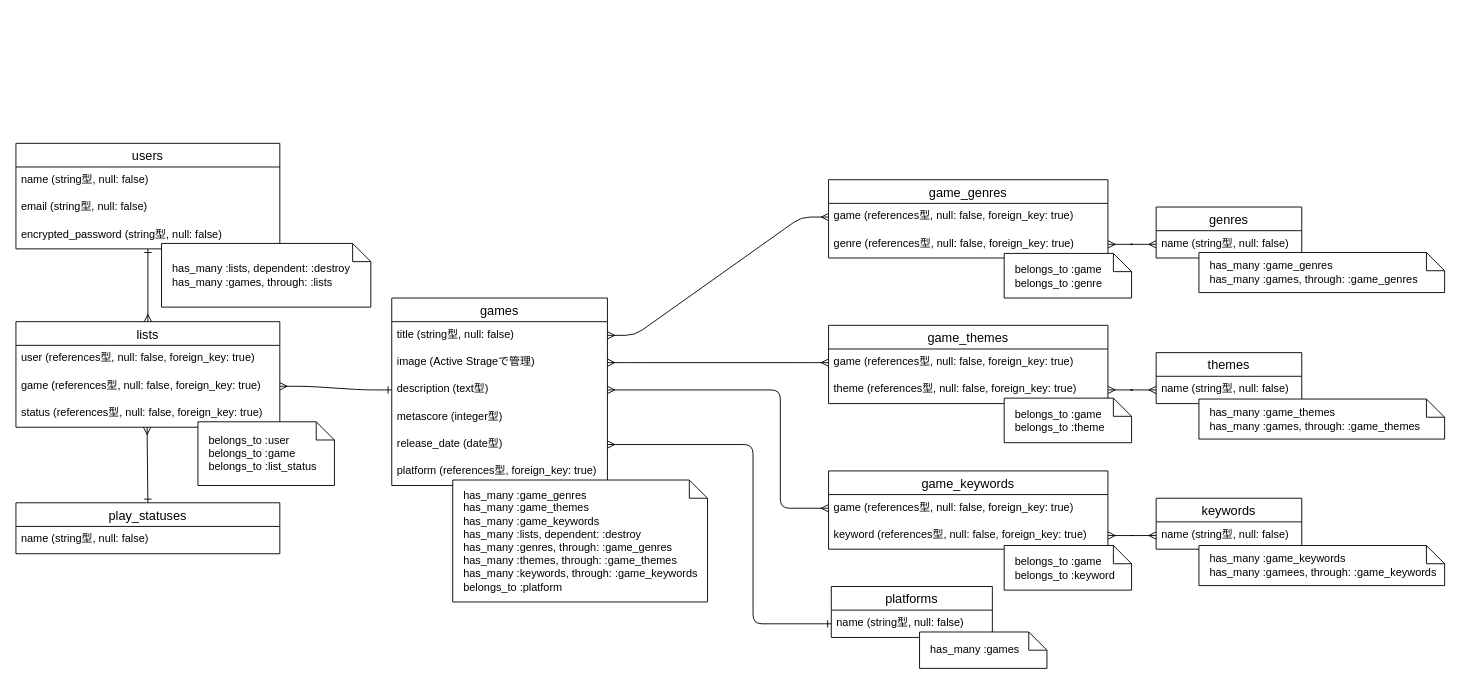
Above: erd.dio in nobmurakami/my-game-db (draw.io), before the change. Source tidied: cells renumbered, new cells numbered last; positions are measured from the earlier drawing's top-left corner, leaving out a move shared by most shapes. Both pictures are drawn from the tidied source at 91%, with x=0, y=0 at pixel (15, 143).
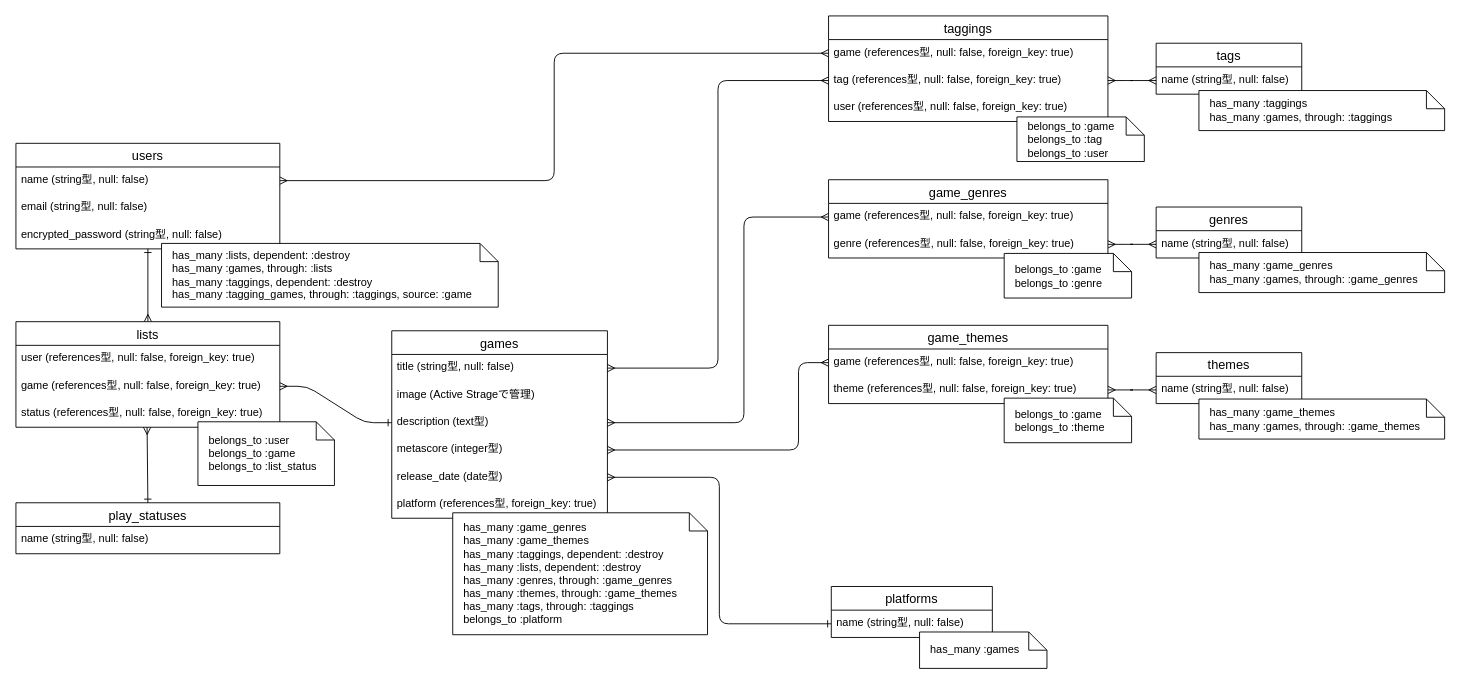
Above is the later version.

Commit message (it also covers changes not shown here):
テーブル設計を修正

Unchanged cells that the change refers to:
```xml
<mxCell id="4" value="name (string型, null: false)" style="text;strokeColor=none;fillColor=none;spacingLeft=4;spacingRight=4;overflow=hidden;points=[[0,0.5],[1,0.5]];portConstraint=eastwest;fontSize=12;" parent="3" vertex="1">
  <mxGeometry y="26" width="290" height="30" as="geometry" />
</mxCell>
<mxCell id="12" value="title (string型, null: false)" style="text;strokeColor=none;fillColor=none;spacingLeft=4;spacingRight=4;overflow=hidden;points=[[0,0.5],[1,0.5]];portConstraint=eastwest;fontSize=12;" parent="11" vertex="1">
  <mxGeometry y="26" width="237" height="30" as="geometry" />
</mxCell>
<mxCell id="13" value="image (Active Strageで管理)" style="text;strokeColor=none;fillColor=none;spacingLeft=4;spacingRight=4;overflow=hidden;points=[[0,0.5],[1,0.5]];portConstraint=eastwest;fontSize=12;" parent="11" vertex="1">
  <mxGeometry y="56" width="237" height="30" as="geometry" />
</mxCell>
<mxCell id="14" value="description (text型)" style="text;strokeColor=none;fillColor=none;spacingLeft=4;spacingRight=4;overflow=hidden;points=[[0,0.5],[1,0.5]];portConstraint=eastwest;fontSize=12;" parent="11" vertex="1">
  <mxGeometry y="86" width="237" height="30" as="geometry" />
</mxCell>
<mxCell id="15" value="metascore (integer型)" style="text;strokeColor=none;fillColor=none;spacingLeft=4;spacingRight=4;overflow=hidden;points=[[0,0.5],[1,0.5]];portConstraint=eastwest;fontSize=12;" parent="11" vertex="1">
  <mxGeometry y="116" width="237" height="30" as="geometry" />
</mxCell>
<mxCell id="16" value="release_date (date型)" style="text;strokeColor=none;fillColor=none;spacingLeft=4;spacingRight=4;overflow=hidden;points=[[0,0.5],[1,0.5]];portConstraint=eastwest;fontSize=12;" parent="11" vertex="1">
  <mxGeometry y="146" width="237" height="30" as="geometry" />
</mxCell>
<mxCell id="25" value="game (references型, null: false, foreign_key: true)" style="text;strokeColor=none;fillColor=none;spacingLeft=4;spacingRight=4;overflow=hidden;points=[[0,0.5],[1,0.5]];portConstraint=eastwest;fontSize=12;" parent="24" vertex="1">
  <mxGeometry y="26" width="307" height="30" as="geometry" />
</mxCell>
<mxCell id="28" value="game (references型, null: false, foreign_key: true)" style="text;strokeColor=none;fillColor=none;spacingLeft=4;spacingRight=4;overflow=hidden;points=[[0,0.5],[1,0.5]];portConstraint=eastwest;fontSize=12;" parent="27" vertex="1">
  <mxGeometry y="26" width="307" height="30" as="geometry" />
</mxCell>
<mxCell id="31" value="game (references型, null: false, foreign_key: true)" style="text;strokeColor=none;fillColor=none;spacingLeft=4;spacingRight=4;overflow=hidden;points=[[0,0.5],[1,0.5]];portConstraint=eastwest;fontSize=12;" parent="30" vertex="1">
  <mxGeometry y="26" width="307" height="30" as="geometry" />
</mxCell>
<mxCell id="40" value="name (string型, null: false)" style="text;strokeColor=none;fillColor=none;spacingLeft=4;spacingRight=4;overflow=hidden;points=[[0,0.5],[1,0.5]];portConstraint=eastwest;fontSize=12;" parent="39" vertex="1">
  <mxGeometry y="26" width="177" height="30" as="geometry" />
</mxCell>
```

What changed in the source:
```diff
@@
     <mxCell id="11" value="games" style="swimlane;fontStyle=0;horizontal=1;startSize=26;align=center;fontSize=14;" parent="1" vertex="1">
-      <mxGeometry x="413" y="170" width="237" height="206" as="geometry" />
+      <mxGeometry x="413" y="206" width="237" height="206" as="geometry" />
     </mxCell>
@@
-    <mxCell id="22" value="keywords" style="swimlane;fontStyle=0;horizontal=1;startSize=26;align=center;fontSize=14;" parent="1" vertex="1">
-      <mxGeometry x="1253" y="390" width="160" height="56" as="geometry" />
+    <mxCell id="22" value="tags" style="swimlane;fontStyle=0;horizontal=1;startSize=26;align=center;fontSize=14;" parent="1" vertex="1">
+      <mxGeometry x="1253" y="-110" width="160" height="56" as="geometry" />
     </mxCell>
@@
-    <mxCell id="30" value="game_keywords" style="swimlane;fontStyle=0;horizontal=1;startSize=26;align=center;fontSize=14;" parent="1" vertex="1">
-      <mxGeometry x="893" y="360" width="307" height="86" as="geometry" />
+    <mxCell id="30" value="taggings" style="swimlane;fontStyle=0;horizontal=1;startSize=26;align=center;fontSize=14;" parent="1" vertex="1">
+      <mxGeometry x="893" y="-140" width="307" height="116" as="geometry" />
     </mxCell>
@@
-    <mxCell id="32" value="keyword (references型, null: false, foreign_key: true)" style="text;strokeColor=none;fillColor=none;spacingLeft=4;spacingRight=4;overflow=hidden;points=[[0,0.5],[1,0.5]];portConstraint=eastwest;fontSize=12;" parent="30" vertex="1">
+    <mxCell id="32" value="tag (references型, null: false, foreign_key: true)" style="text;strokeColor=none;fillColor=none;spacingLeft=4;spacingRight=4;overflow=hidden;points=[[0,0.5],[1,0.5]];portConstraint=eastwest;fontSize=12;" parent="30" vertex="1">
       <mxGeometry y="56" width="307" height="30" as="geometry" />
     </mxCell>
+    <mxCell id="56" value="user (references型, null: false, foreign_key: true)" style="text;strokeColor=none;fillColor=none;spacingLeft=4;spacingRight=4;overflow=hidden;fontSize=12;" parent="30" vertex="1">
+      <mxGeometry y="86" width="307" height="30" as="geometry" />
+    </mxCell>
-    <mxCell id="33" style="edgeStyle=entityRelationEdgeStyle;fontSize=12;html=1;endArrow=ERmany;startArrow=ERmany;exitX=1;exitY=0.5;exitDx=0;exitDy=0;entryX=0;entryY=0.5;entryDx=0;entryDy=0;" parent="1" edge="1" source="12" target="25">
-      <mxGeometry relative="1" as="geometry" />
+    <mxCell id="33" style="edgeStyle=orthogonalEdgeStyle;fontSize=12;html=1;endArrow=ERmany;startArrow=ERmany;exitX=1;exitY=0.5;exitDx=0;exitDy=0;entryX=0;entryY=0.5;entryDx=0;entryDy=0;" parent="1" edge="1" source="14" target="25">
+      <mxGeometry relative="1" as="geometry">
+        <Array as="points">
+          <mxPoint x="800" y="307" />
+          <mxPoint x="800" y="81" />
+        </Array>
+      </mxGeometry>
     </mxCell>
@@
-    <mxCell id="35" style="edgeStyle=entityRelationEdgeStyle;fontSize=12;html=1;endArrow=ERmany;startArrow=ERmany;entryX=0;entryY=0.5;entryDx=0;entryDy=0;exitX=1;exitY=0.5;exitDx=0;exitDy=0;" parent="1" edge="1" source="13" target="28">
-      <mxGeometry relative="1" as="geometry" />
+    <mxCell id="35" style="edgeStyle=orthogonalEdgeStyle;fontSize=12;html=1;endArrow=ERmany;startArrow=ERmany;entryX=0;entryY=0.5;entryDx=0;entryDy=0;exitX=1;exitY=0.5;exitDx=0;exitDy=0;" parent="1" edge="1" source="15" target="28">
+      <mxGeometry relative="1" as="geometry">
+        <Array as="points">
+          <mxPoint x="860" y="337" />
+          <mxPoint x="860" y="241" />
+        </Array>
+      </mxGeometry>
     </mxCell>
@@
-    <mxCell id="37" style="edgeStyle=orthogonalEdgeStyle;fontSize=12;html=1;endArrow=ERmany;startArrow=ERmany;entryX=0;entryY=0.5;entryDx=0;entryDy=0;exitX=1;exitY=0.5;exitDx=0;exitDy=0;" parent="1" edge="1" source="14" target="31">
-      <mxGeometry relative="1" as="geometry">
-        <Array as="points">
-          <mxPoint x="840" y="271" />
-          <mxPoint x="840" y="401" />
-        </Array>
-      </mxGeometry>
+    <mxCell id="37" style="edgeStyle=orthogonalEdgeStyle;fontSize=12;html=1;endArrow=ERmany;startArrow=ERmany;entryX=0;entryY=0.5;entryDx=0;entryDy=0;exitX=1;exitY=0.5;exitDx=0;exitDy=0;" parent="1" edge="1" source="12" target="32">
+      <mxGeometry relative="1" as="geometry" />
     </mxCell>
@@
     <mxCell id="41" style="edgeStyle=orthogonalEdgeStyle;fontSize=12;html=1;endArrow=ERone;endFill=0;exitX=1;exitY=0.5;exitDx=0;exitDy=0;entryX=0;entryY=0.5;entryDx=0;entryDy=0;startArrow=ERmany;startFill=0;" parent="1" edge="1" source="16" target="40">
-      <mxGeometry relative="1" as="geometry">
-        <Array as="points">
-          <mxPoint x="810" y="331" />
-          <mxPoint x="810" y="528" />
-        </Array>
-      </mxGeometry>
+      <mxGeometry relative="1" as="geometry" />
     </mxCell>
@@
-    <mxCell id="43" value="has_many :lists, dependent: :destroy&lt;br&gt;has_many :games, through: :lists" style="shape=note;size=20;whiteSpace=wrap;html=1;align=left;spacingLeft=10;" parent="1" vertex="1">
-      <mxGeometry x="160" y="110" width="230" height="70" as="geometry" />
+    <mxCell id="43" value="has_many :lists, dependent: :destroy&lt;br&gt;has_many :games, through: :lists&lt;br&gt;has_many :taggings, dependent: :destroy&lt;br&gt;has_many :tagging_games, through: :taggings, source: :game" style="shape=note;size=20;whiteSpace=wrap;html=1;align=left;spacingLeft=10;" parent="1" vertex="1">
+      <mxGeometry x="160" y="110" width="370" height="70" as="geometry" />
     </mxCell>
@@
-    <mxCell id="48" value="has_many :game_genres&lt;br&gt;has_many :game_themes&lt;br&gt;has_many :game_keywords&lt;br&gt;has_many :lists, dependent: :destroy&lt;br&gt;has_many :genres, through: :game_genres&lt;br&gt;has_many :themes, through: :game_themes&lt;br&gt;has_many :keywords, through: :game_keywords&lt;br&gt;belongs_to :platform" style="shape=note;size=20;whiteSpace=wrap;html=1;align=left;spacingLeft=10;" parent="1" vertex="1">
-      <mxGeometry x="480" y="370" width="280" height="134" as="geometry" />
+    <mxCell id="48" value="has_many :game_genres&lt;br&gt;has_many :game_themes&lt;br&gt;has_many :taggings, dependent: :destroy&lt;br&gt;has_many :lists, dependent: :destroy&lt;br&gt;has_many :genres, through: :game_genres&lt;br&gt;has_many :themes, through: :game_themes&lt;br&gt;has_many :tags, through: :taggings&lt;br&gt;belongs_to :platform" style="shape=note;size=20;whiteSpace=wrap;html=1;align=left;spacingLeft=10;" parent="1" vertex="1">
+      <mxGeometry x="480" y="406" width="280" height="134" as="geometry" />
     </mxCell>
@@
-    <mxCell id="51" value="&lt;span&gt;belongs_to :game&lt;/span&gt;&lt;br&gt;&lt;div&gt;&lt;span&gt;belongs_to :keyword&lt;/span&gt;&lt;/div&gt;" style="shape=note;size=20;whiteSpace=wrap;html=1;align=left;spacingLeft=10;" parent="1" vertex="1">
-      <mxGeometry x="1086" y="442" width="140" height="49" as="geometry" />
+    <mxCell id="51" value="&lt;span&gt;belongs_to :game&lt;/span&gt;&lt;br&gt;&lt;div&gt;&lt;span&gt;belongs_to :tag&lt;/span&gt;&lt;/div&gt;&lt;div&gt;&lt;span&gt;belongs_to :user&lt;/span&gt;&lt;/div&gt;" style="shape=note;size=20;whiteSpace=wrap;html=1;align=left;spacingLeft=10;" parent="1" vertex="1">
+      <mxGeometry x="1100" y="-29" width="140" height="49" as="geometry" />
     </mxCell>
@@
-    <mxCell id="54" value="has_many :game_keywords&lt;br&gt;has_many :gamees, through: :game_keywords" style="shape=note;size=20;whiteSpace=wrap;html=1;align=left;spacingLeft=10;" parent="1" vertex="1">
-      <mxGeometry x="1300" y="442" width="270" height="44" as="geometry" />
+    <mxCell id="54" value="has_many :taggings&lt;br&gt;has_many :games, through: :taggings" style="shape=note;size=20;whiteSpace=wrap;html=1;align=left;spacingLeft=10;" parent="1" vertex="1">
+      <mxGeometry x="1300" y="-58" width="270" height="44" as="geometry" />
     </mxCell>
@@
+    <mxCell id="57" style="edgeStyle=orthogonalEdgeStyle;rounded=1;jettySize=auto;html=1;exitX=1;exitY=0.5;exitDx=0;exitDy=0;entryX=0;entryY=0.5;entryDx=0;entryDy=0;endArrow=ERmany;endFill=0;startArrow=ERmany;startFill=0;" parent="1" edge="1" source="4" target="31">
+      <mxGeometry relative="1" as="geometry" />
+    </mxCell>
```
